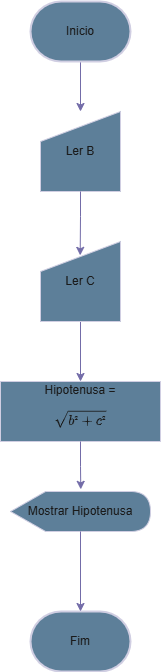
Before: exercicios4.drawio.png, a diagram exported from draw.io (andrew-cdia/algoritmos-lista1). Source tidied: cells renumbered, new cells last; positions are measured from the earlier drawing's top-left corner, leaving out a move shared by most shapes.
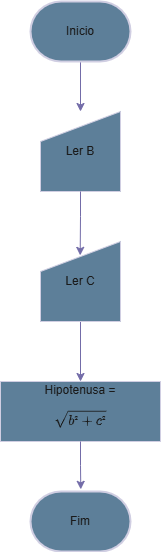
After the commit.

The edit, as a diff of the source:
```diff
@@ -3,7 +3,7 @@
     <mxCell id="0" />
     <mxCell id="1" parent="0" />
     <mxCell id="2" value="Fim" style="strokeWidth=2;html=1;shape=mxgraph.flowchart.terminator;whiteSpace=wrap;labelBackgroundColor=none;fillColor=#5D7F99;strokeColor=#D0CEE2;fontColor=#1A1A1A;" parent="1" vertex="1">
-      <mxGeometry x="30" y="610" width="100" height="60" as="geometry" />
+      <mxGeometry x="30" y="490" width="100" height="60" as="geometry" />
     </mxCell>
     <mxCell id="3" style="edgeStyle=orthogonalEdgeStyle;rounded=0;jettySize=auto;html=1;entryX=0.5;entryY=0;entryDx=0;entryDy=0;labelBackgroundColor=none;strokeColor=#736CA8;fontColor=default;" parent="1" edge="1" source="4" target="5">
       <mxGeometry relative="1" as="geometry" />
@@ -23,17 +23,13 @@
     <mxCell id="8" value="Hipotenusa = $$\sqrt{b² + c²}$$" style="rounded=0;whiteSpace=wrap;html=1;labelBackgroundColor=none;fillColor=#5D7F99;strokeColor=#D0CEE2;fontColor=#1A1A1A;" parent="1" vertex="1">
       <mxGeometry y="380" width="160" height="60" as="geometry" />
     </mxCell>
-    <mxCell id="9" value="Mostrar Hipotenusa" style="shape=display;whiteSpace=wrap;html=1;labelBackgroundColor=none;fillColor=#5D7F99;strokeColor=#D0CEE2;fontColor=#1A1A1A;" parent="1" vertex="1">
-      <mxGeometry x="10" y="490" width="140" height="40" as="geometry" />
-    </mxCell>
-    <mxCell id="10" style="edgeStyle=orthogonalEdgeStyle;rounded=0;jettySize=auto;html=1;entryX=0.5;entryY=0;entryDx=0;entryDy=0;entryPerimeter=0;labelBackgroundColor=none;strokeColor=#736CA8;fontColor=default;" parent="1" edge="1" source="9" target="2">
-      <mxGeometry relative="1" as="geometry" />
-    </mxCell>
     <mxCell id="11" style="edgeStyle=orthogonalEdgeStyle;rounded=0;jettySize=auto;html=1;entryX=0.496;entryY=0.173;entryDx=0;entryDy=0;entryPerimeter=0;strokeColor=#736CA8;fontColor=#1A1A1A;" parent="1" edge="1" source="5" target="7">
       <mxGeometry relative="1" as="geometry" />
     </mxCell>
-    <mxCell id="12" style="edgeStyle=orthogonalEdgeStyle;rounded=0;jettySize=auto;html=1;entryX=0.502;entryY=-0.054;entryDx=0;entryDy=0;entryPerimeter=0;strokeColor=#736CA8;fontColor=#1A1A1A;" parent="1" edge="1" source="8" target="9">
-      <mxGeometry relative="1" as="geometry" />
+    <mxCell id="12" style="edgeStyle=orthogonalEdgeStyle;rounded=0;jettySize=auto;html=1;entryX=0.502;entryY=-0.054;entryDx=0;entryDy=0;entryPerimeter=0;strokeColor=#736CA8;fontColor=#1A1A1A;" parent="1" edge="1" source="8">
+      <mxGeometry relative="1" as="geometry">
+        <mxPoint x="80.3" y="487.8" as="targetPoint" />
+      </mxGeometry>
     </mxCell>
   </root>
 </mxGraphModel>
```
